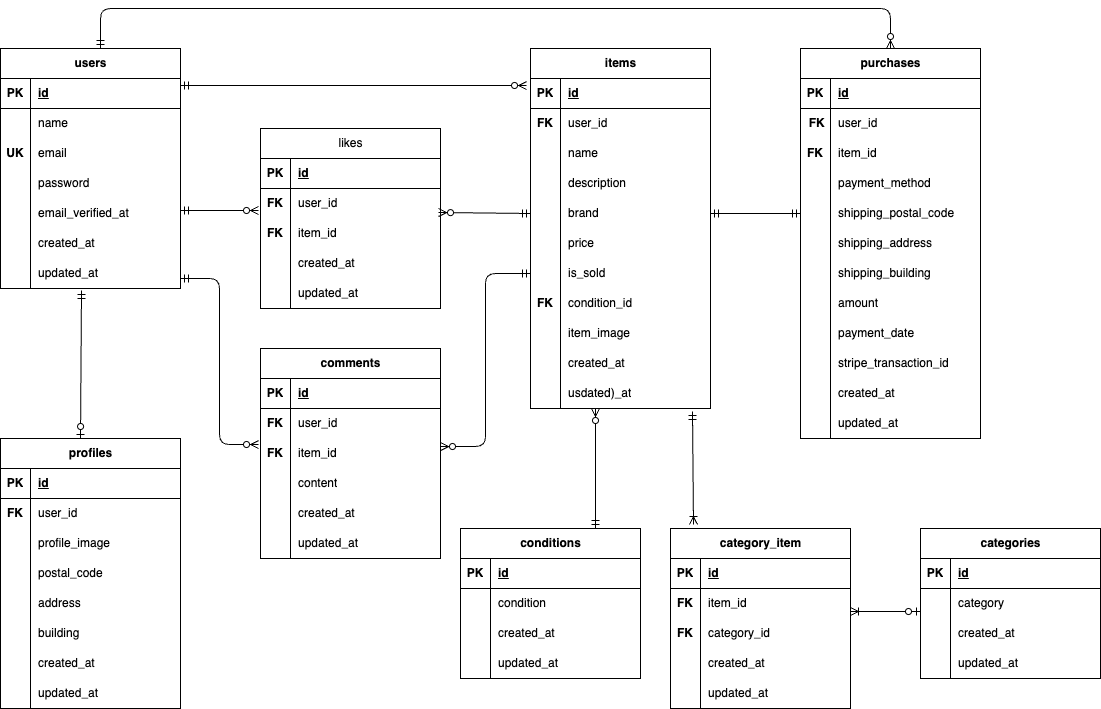
Earlier version of the draw.io export src/er.drawio.png (kvujic/flea-market-app). Source tidied: cells renumbered, new cells last; positions are measured from the earlier drawing's top-left corner, leaving out a move shared by most shapes.
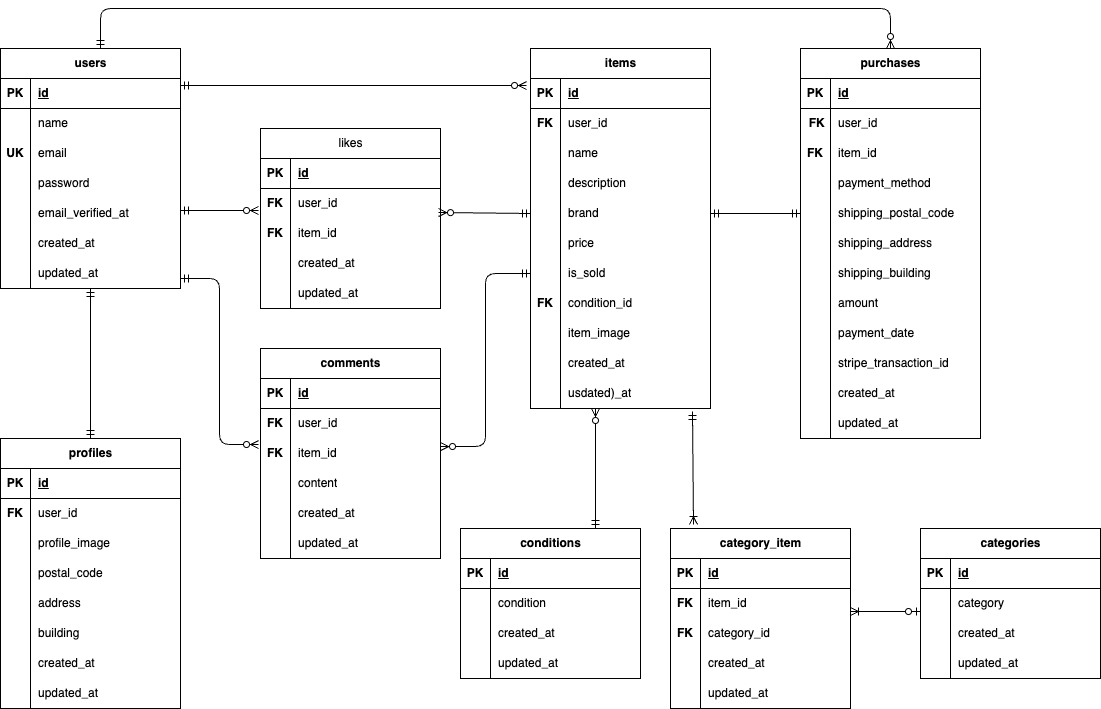
After the commit.

The edit, as a diff of the source:
```diff
@@ -636,10 +636,10 @@
         <mxPoint x="850" y="603" as="targetPoint" />
       </mxGeometry>
     </mxCell>
-    <mxCell id="208" style="fontSize=12;html=1;endArrow=ERzeroToOne;startArrow=ERmandOne;exitX=0.45;exitY=1.067;exitDx=0;exitDy=0;exitPerimeter=0;" parent="1" edge="1" source="21">
-      <mxGeometry relative="1" as="geometry">
-        <mxPoint x="80" y="430" as="targetPoint" />
-      </mxGeometry>
-    </mxCell>
+    <mxCell id="209" style="fontSize=12;html=1;endArrow=ERmandOne;startArrow=ERmandOne;exitX=0.5;exitY=0;exitDx=0;exitDy=0;" parent="1" edge="1" source="24">
+      <mxGeometry relative="1" as="geometry">
+        <mxPoint x="90" y="280" as="targetPoint" />
+      </mxGeometry>
+    </mxCell>
   </root>
 </mxGraphModel>
```
